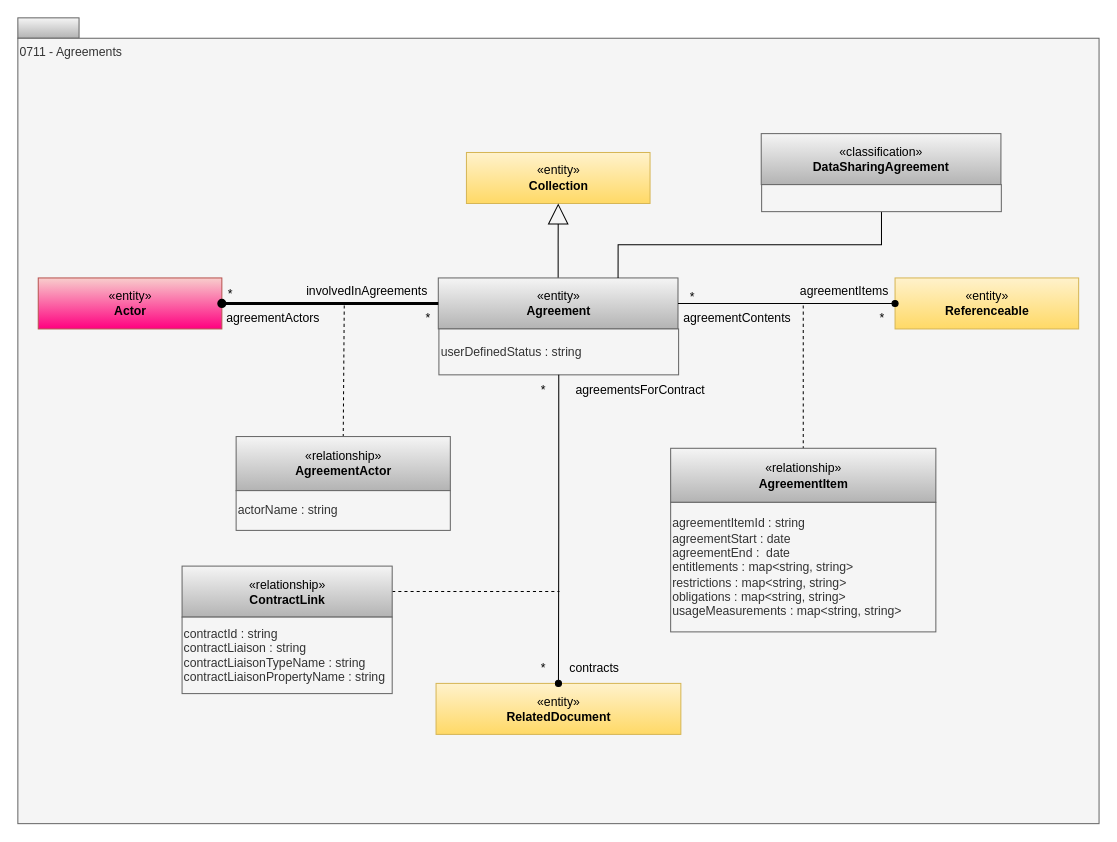
This is page "0711-Agreements" (3 of 18) of site/docs/types/7/area-7-lineage.drawio from odpi/egeria-docs, a draw.io file, before an edit. Source tidied: cells renumbered, new cells numbered last; positions are measured from the earlier drawing's top-left corner, leaving out a move shared by most shapes. Both pictures are drawn from the tidied source at 102%, with x=0, y=0 at pixel (17, 17).
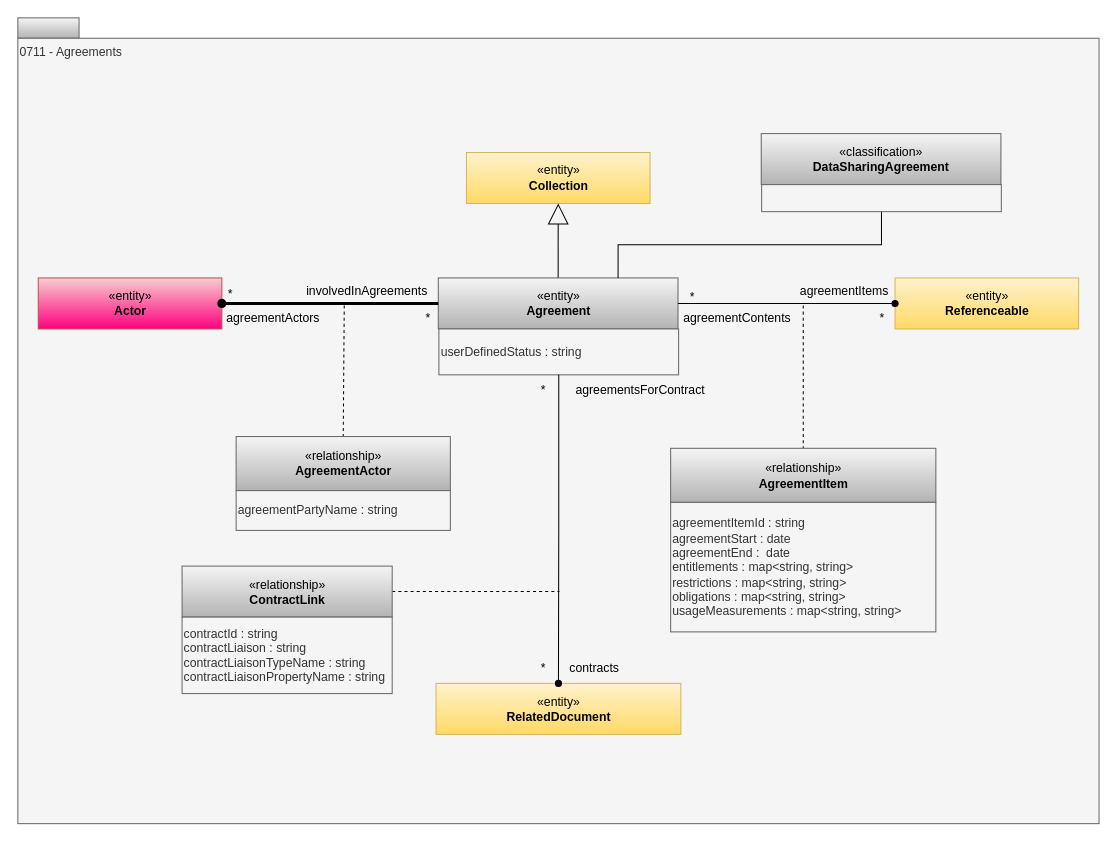
The same diagram, later.

The edit, as a diff of the source:
```diff
@@
-    <mxCell id="14" value="actorName : string" style="rounded=0;whiteSpace=wrap;html=1;strokeColor=#666666;align=left;fillColor=#f5f5f5;fontColor=#333333;" parent="1" vertex="1">
+    <mxCell id="14" value="agreementPartyName : string" style="rounded=0;whiteSpace=wrap;html=1;strokeColor=#666666;align=left;fillColor=#f5f5f5;fontColor=#333333;" parent="1" vertex="1">
       <mxGeometry x="214" y="463.5" width="210" height="39" as="geometry" />
     </mxCell>
```
